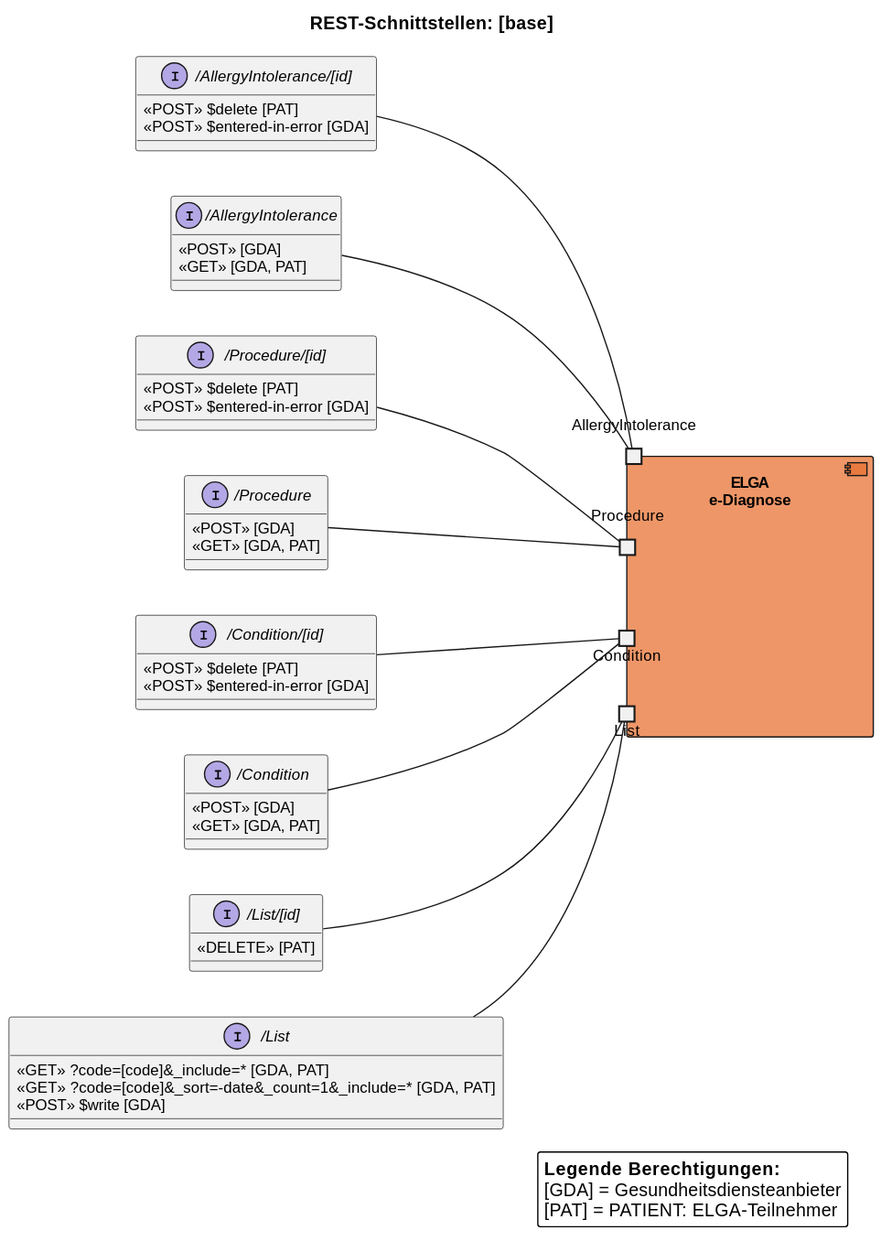
This is r4-ELGA-e-Diagnose-main/plantuml/interaction_overview.svg from HL7Austria/hl7austria.github.io, a PlantUML export, as it was before one commit.
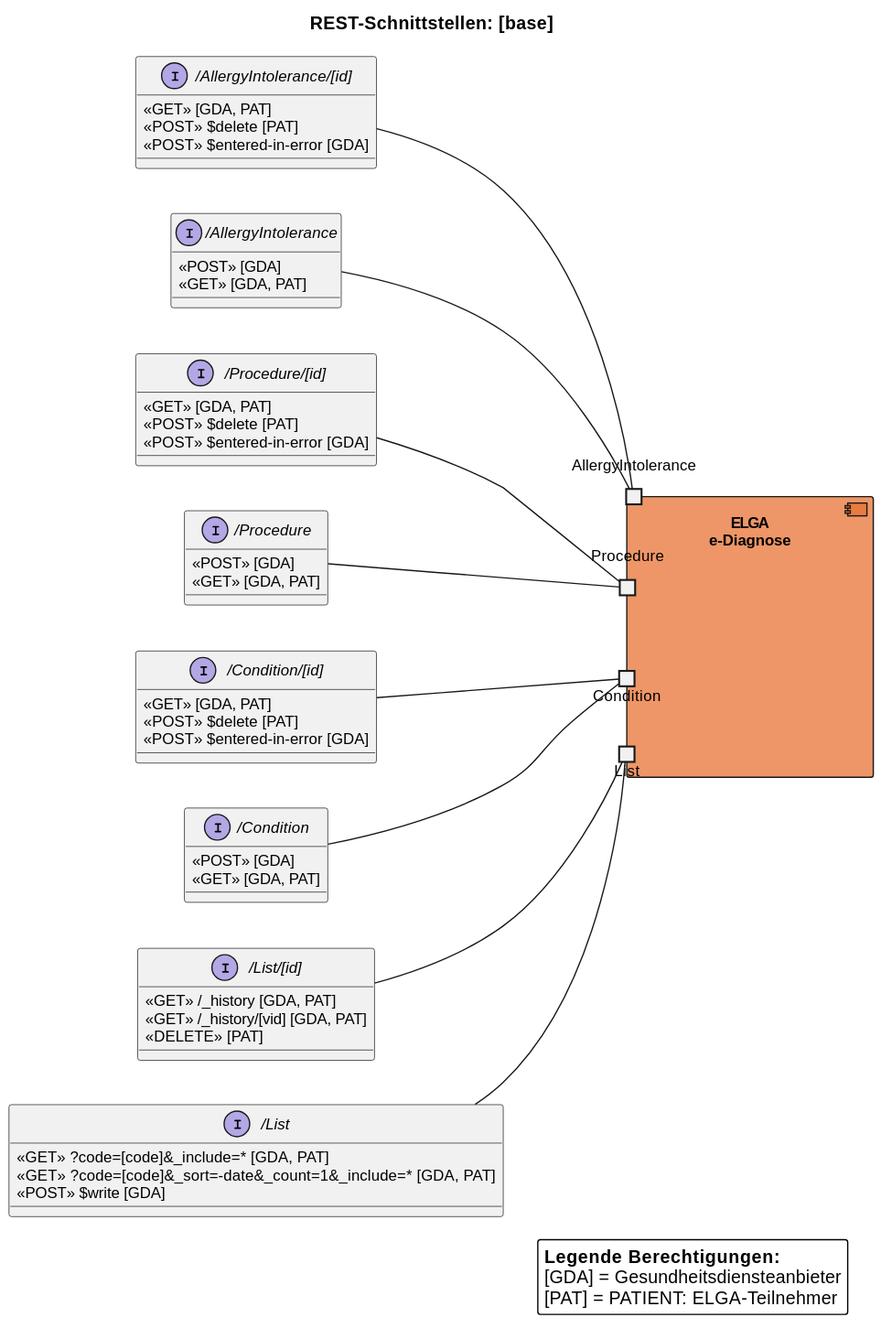
The same file after the commit.

The edit, as a diff of the source:
```diff
@@ -36,10 +36,13 @@
 }
 
 interface "/List/[id]" as List_instance {
+  «GET» /_history [GDA, PAT]
+  «GET» /_history/[vid] [GDA, PAT]
   «DELETE» [PAT]
 }
 
 interface "/Condition/[id]" as ICondition_instance {
+  «GET» [GDA, PAT]
   «POST» $delete [PAT]
   «POST» $entered-in-error [GDA]
 }
@@ -50,6 +53,7 @@
 }
 
 interface "/Procedure/[id]" as IProcedure_instance {
+  «GET» [GDA, PAT]
   «POST» $delete [PAT]
   «POST» $entered-in-error [GDA]
 }
@@ -60,6 +64,7 @@
 }
 
 interface "/AllergyIntolerance/[id]" as IAllergyIntolerance_instance {
+  «GET» [GDA, PAT]
   «POST» $delete [PAT]
   «POST» $entered-in-error [GDA]
 }
```
